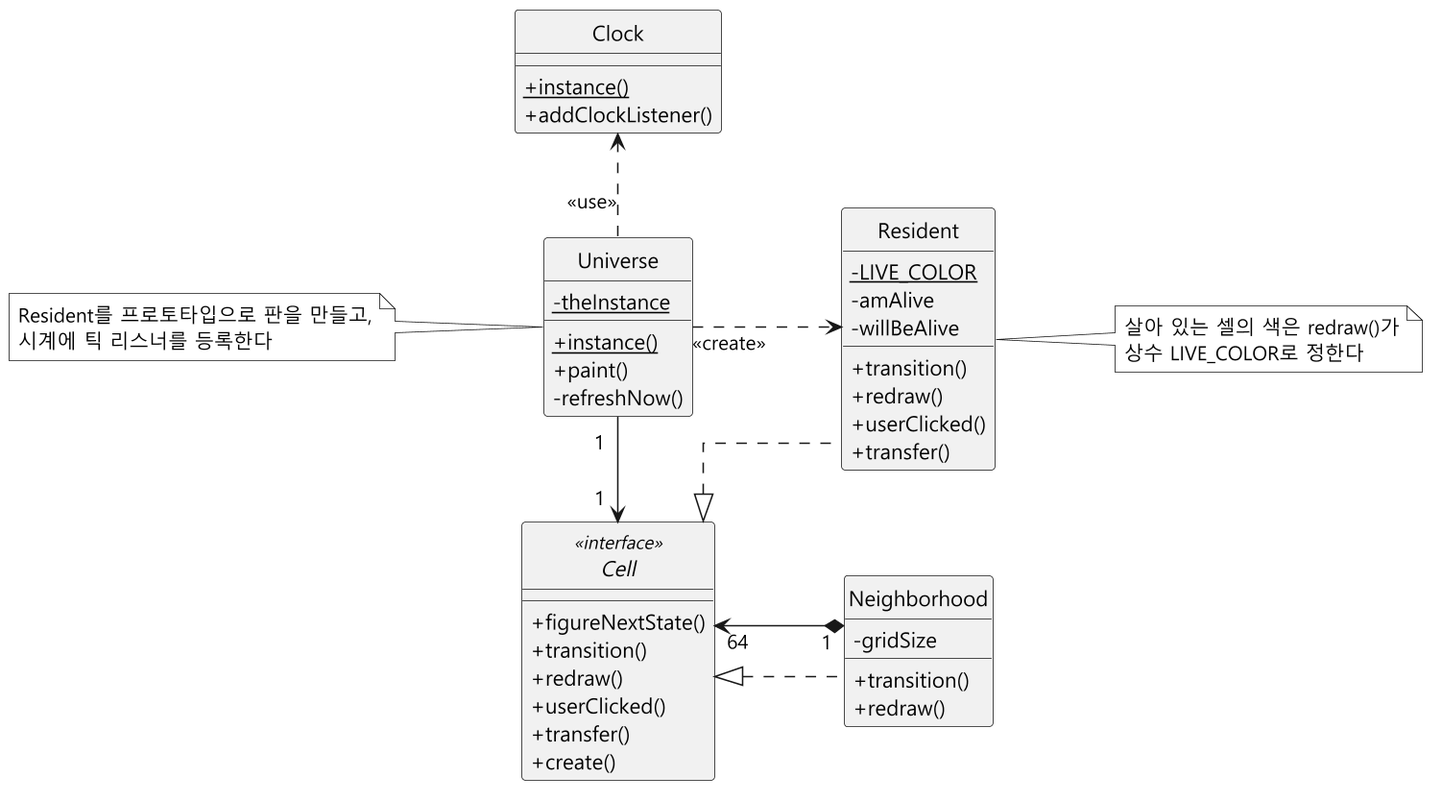
The PlantUML diagram docs/color-gen/diagrams/class-before.png in mckimR1972/DP_team_project, before a commit.
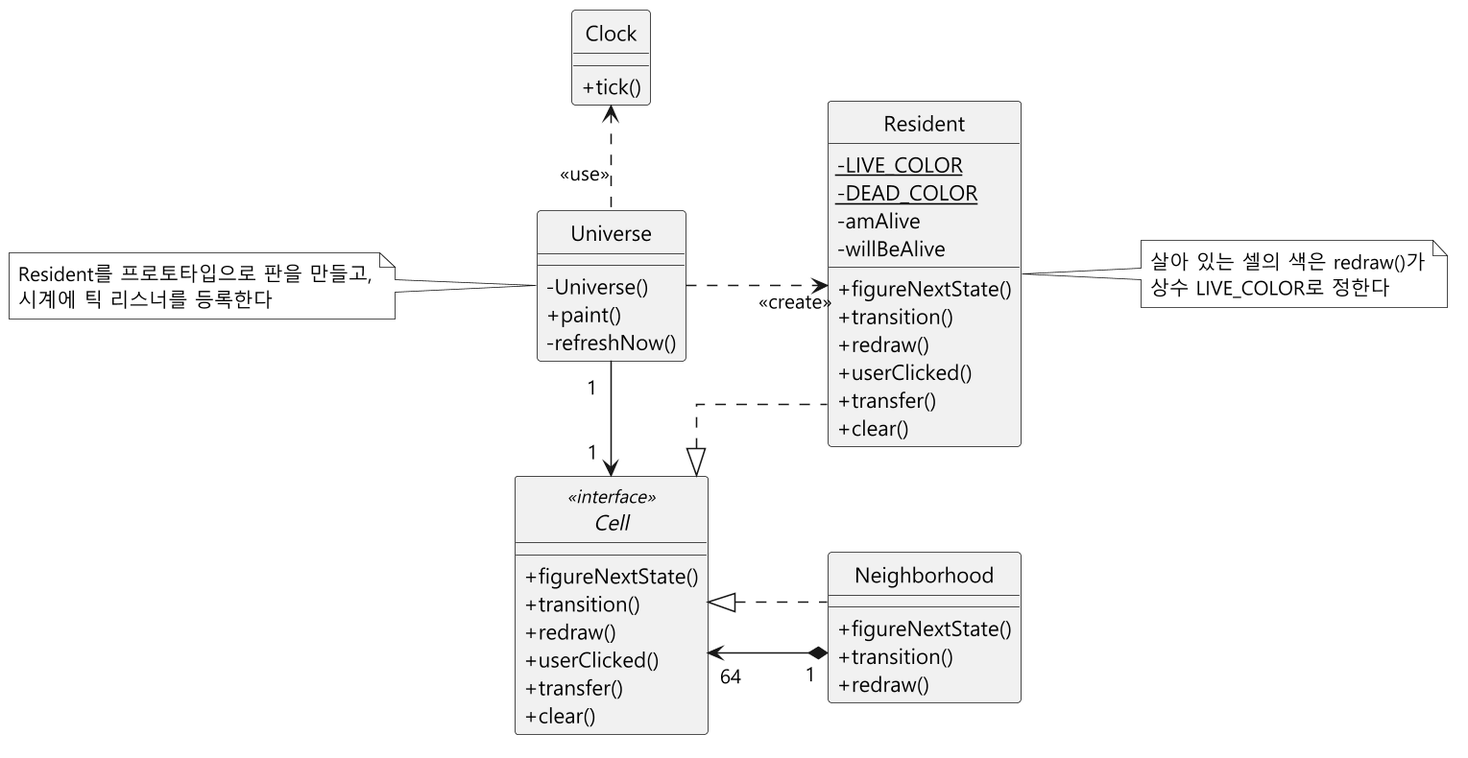
Later version of the same file.

What changed in the source:
```diff
@@ -16,35 +16,36 @@
   + redraw()
   + userClicked()
   + transfer()
-  + create()
+  + clear()
 }
 
 class Neighborhood {
-  - gridSize
+  + figureNextState()
   + transition()
   + redraw()
 }
 
 class Resident {
   - {static} LIVE_COLOR
+  - {static} DEAD_COLOR
   - amAlive
   - willBeAlive
+  + figureNextState()
   + transition()
   + redraw()
   + userClicked()
   + transfer()
+  + clear()
 }
 
 class Universe {
-  - {static} theInstance
-  + {static} instance()
+  - Universe()
   + paint()
   - refreshNow()
 }
 
 class Clock {
-  + {static} instance()
-  + addClockListener()
+  + tick()
 }
 
 Cell <|.. Neighborhood
```
